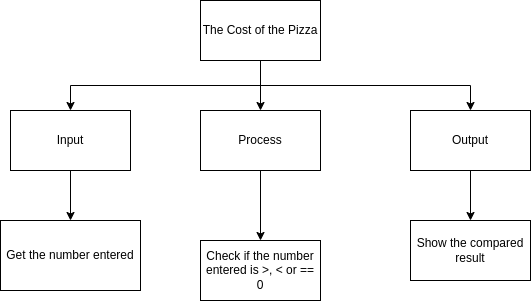
Above: design.number_compared.top-down.png in Yiyun-Qin/ICS3U-Unit3-04-Python (draw.io), before the change. Source tidied: cells renumbered, new cells last; positions are measured from the earlier drawing's top-left corner, leaving out a move shared by most shapes.
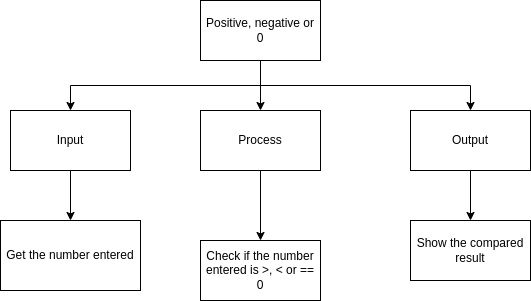
After the commit.

Diff of the diagram source:
```diff
@@ -11,7 +11,7 @@
     <mxCell id="4" style="edgeStyle=orthogonalEdgeStyle;rounded=0;html=1;exitX=0.5;exitY=1;exitDx=0;exitDy=0;entryX=0.5;entryY=0;entryDx=0;entryDy=0;" parent="1" edge="1" source="5" target="11">
       <mxGeometry relative="1" as="geometry" />
     </mxCell>
-    <mxCell id="5" value="The Cost of the Pizza" style="rounded=0;whiteSpace=wrap;html=1;" parent="1" vertex="1">
+    <mxCell id="5" value="Positive, negative or 0" style="rounded=0;whiteSpace=wrap;html=1;" parent="1" vertex="1">
       <mxGeometry x="200" width="120" height="60" as="geometry" />
     </mxCell>
     <mxCell id="6" style="edgeStyle=orthogonalEdgeStyle;rounded=0;html=1;exitX=0.5;exitY=1;exitDx=0;exitDy=0;entryX=0.5;entryY=0;entryDx=0;entryDy=0;" parent="1" edge="1" source="7" target="12">
```
